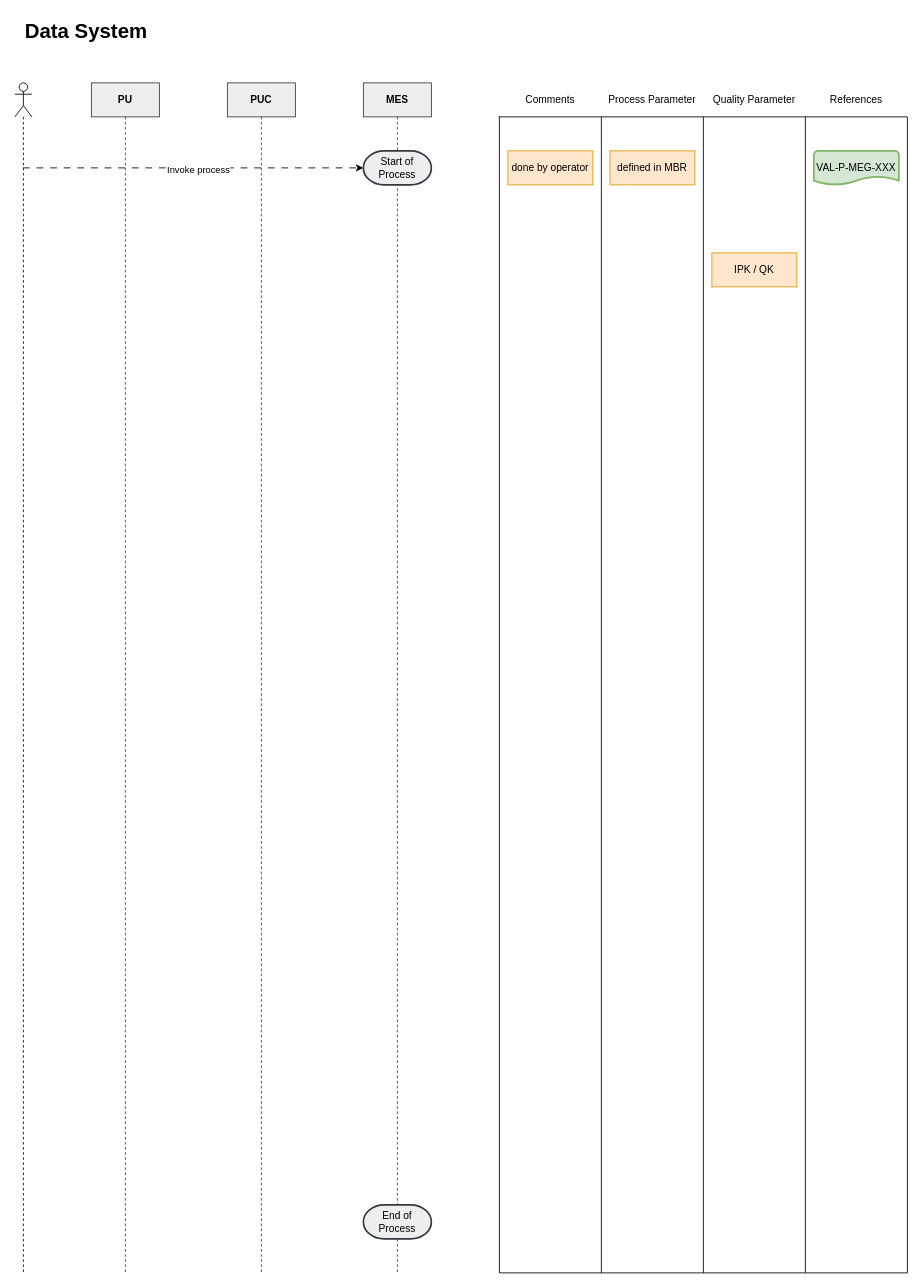
The draw.io diagram page "Data System" (2 of 2) of models/Data Lifecycle Process Map Template.drawio in griemide/BPMN, before the edit. Source tidied: cells renumbered, new cells numbered last; positions are measured from the earlier drawing's top-left corner, leaving out a move shared by most shapes. Both pictures are drawn from the tidied source at 85%, with x=0, y=0 at pixel (14, 14).
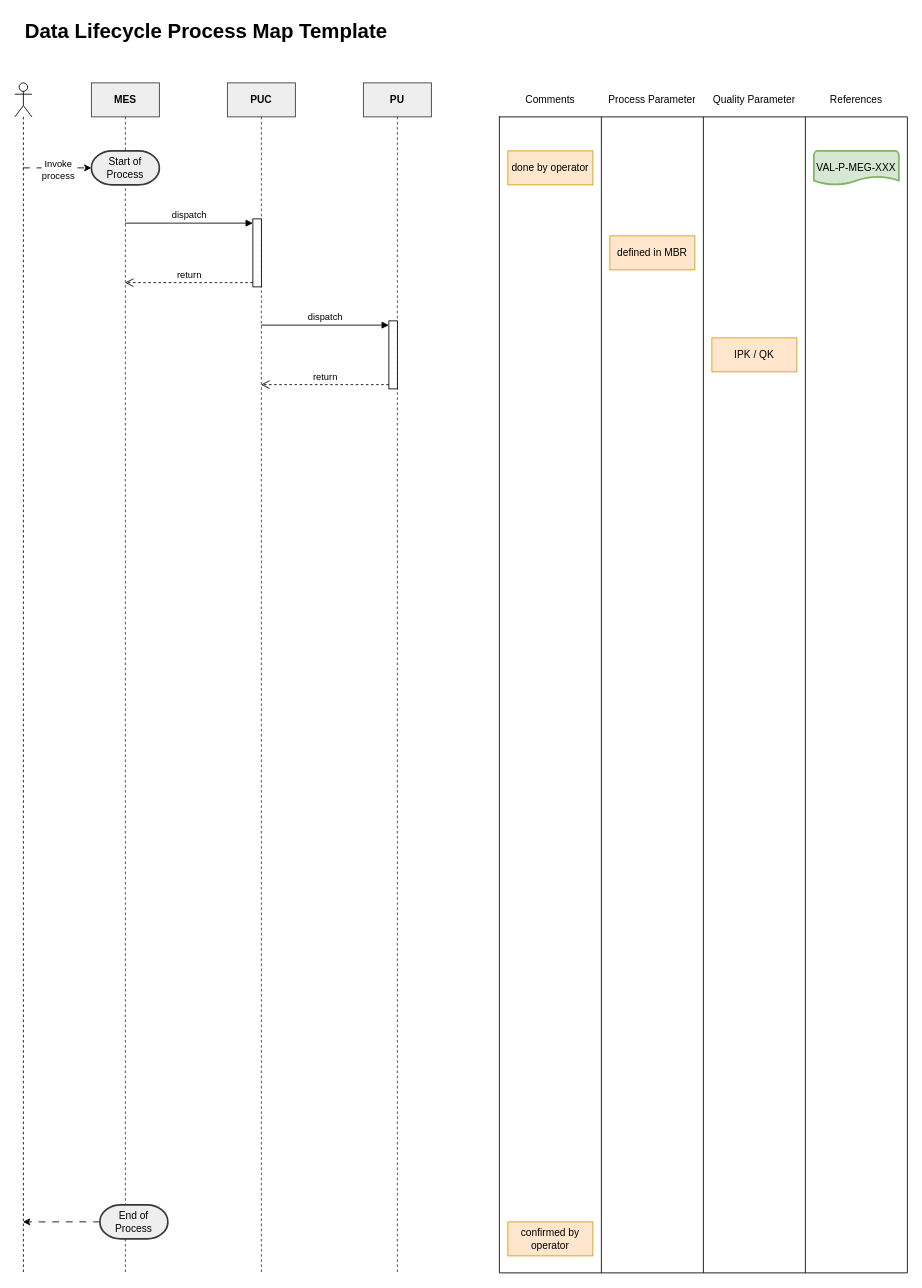
After the change.

Unchanged cells that the change refers to:
```xml
<mxCell id="3" value="PUC" style="shape=umlLifeline;perimeter=lifelinePerimeter;whiteSpace=wrap;html=1;outlineConnect=0;portConstraint=eastwest;newEdgeStyle={&quot;curved&quot;:0,&quot;rounded&quot;:0};fillColor=#eeeeee;strokeColor=#36393d;fontStyle=1;" parent="1" vertex="1">
  <mxGeometry x="250" y="80" width="80" height="1400" as="geometry" />
</mxCell>
<mxCell id="16" style="edgeStyle=orthogonalEdgeStyle;rounded=0;jettySize=auto;html=1;entryX=0;entryY=0.5;entryDx=0;entryDy=0;entryPerimeter=0;dashed=1;dashPattern=8 8;" parent="1" edge="1" source="24" target="18">
  <mxGeometry relative="1" as="geometry">
    <Array as="points">
      <mxPoint x="20" y="180" />
      <mxPoint x="20" y="180" />
    </Array>
  </mxGeometry>
</mxCell>
<mxCell id="24" style="shape=umlLifeline;perimeter=lifelinePerimeter;whiteSpace=wrap;html=1;outlineConnect=0;portConstraint=eastwest;newEdgeStyle={&quot;curved&quot;:0,&quot;rounded&quot;:0};participant=umlActor;" parent="1" vertex="1">
  <mxGeometry y="80" width="20" height="1400" as="geometry" />
</mxCell>
```

What changed in the source:
```diff
@@
-    <mxCell id="2" value="PU" style="shape=umlLifeline;perimeter=lifelinePerimeter;whiteSpace=wrap;html=1;outlineConnect=0;portConstraint=eastwest;newEdgeStyle={&quot;curved&quot;:0,&quot;rounded&quot;:0};fillColor=#eeeeee;strokeColor=#36393d;fontStyle=1;" parent="1" vertex="1">
+    <mxCell id="2" value="MES" style="shape=umlLifeline;perimeter=lifelinePerimeter;whiteSpace=wrap;html=1;outlineConnect=0;portConstraint=eastwest;newEdgeStyle={&quot;curved&quot;:0,&quot;rounded&quot;:0};fillColor=#eeeeee;strokeColor=#36393d;fontStyle=1;" parent="1" vertex="1">
       <mxGeometry x="90" y="80" width="80" height="1400" as="geometry" />
     </mxCell>
@@
+    <mxCell id="25" style="html=1;points=[[0,0,0,0,5],[0,1,0,0,-5],[1,0,0,0,5],[1,1,0,0,-5]];perimeter=orthogonalPerimeter;outlineConnect=0;targetShapes=umlLifeline;portConstraint=eastwest;newEdgeStyle={&quot;curved&quot;:0,&quot;rounded&quot;:0};" parent="3" vertex="1">
+      <mxGeometry x="30" y="160" width="10" height="80" as="geometry" />
+    </mxCell>
-    <mxCell id="4" value="MES" style="shape=umlLifeline;perimeter=lifelinePerimeter;whiteSpace=wrap;html=1;newEdgeStyle={&quot;curved&quot;:0,&quot;rounded&quot;:0};fillColor=#eeeeee;strokeColor=#36393d;fontStyle=1;" parent="1" vertex="1">
+    <mxCell id="4" value="PU" style="shape=umlLifeline;perimeter=lifelinePerimeter;whiteSpace=wrap;html=1;newEdgeStyle={&quot;curved&quot;:0,&quot;rounded&quot;:0};fillColor=#eeeeee;strokeColor=#36393d;fontStyle=1;" parent="1" vertex="1">
       <mxGeometry x="410" y="80" width="80" height="1400" as="geometry" />
     </mxCell>
+    <mxCell id="26" style="html=1;points=[[0,0,0,0,5],[0,1,0,0,-5],[1,0,0,0,5],[1,1,0,0,-5]];perimeter=orthogonalPerimeter;outlineConnect=0;targetShapes=umlLifeline;portConstraint=eastwest;newEdgeStyle={&quot;curved&quot;:0,&quot;rounded&quot;:0};" parent="4" vertex="1">
+      <mxGeometry x="30" y="280" width="10" height="80" as="geometry" />
+    </mxCell>
@@
-    <mxCell id="11" value="Data System" style="text;strokeColor=none;fillColor=none;html=1;fontSize=24;fontStyle=1;verticalAlign=middle;align=left;" parent="1" vertex="1">
-      <mxGeometry x="10" width="200" height="40" as="geometry" />
+    <mxCell id="11" value="Data Lifecycle Process Map Template" style="text;strokeColor=none;fillColor=none;html=1;fontSize=24;fontStyle=1;verticalAlign=middle;align=left;" parent="1" vertex="1">
+      <mxGeometry x="10" width="560" height="40" as="geometry" />
     </mxCell>
@@
-    <mxCell id="17" value="Invoke process" style="edgeLabel;html=1;align=center;verticalAlign=middle;" parent="16" vertex="1">
+    <mxCell id="17" value="Invoke &lt;br&gt;process" style="edgeLabel;html=1;align=center;verticalAlign=middle;" parent="16" vertex="1">
       <mxGeometry x="0.03" y="-1" relative="1" as="geometry" />
     </mxCell>
     <mxCell id="18" value="Start of&lt;br&gt;Process" style="strokeWidth=2;html=1;shape=mxgraph.flowchart.terminator;whiteSpace=wrap;fillColor=#eeeeee;strokeColor=#36393d;" parent="1" vertex="1">
-      <mxGeometry x="410" y="160" width="80" height="40" as="geometry" />
+      <mxGeometry x="90" y="160" width="80" height="40" as="geometry" />
     </mxCell>
@@
+    <mxCell id="27" style="edgeStyle=orthogonalEdgeStyle;rounded=0;jettySize=auto;html=1;dashed=1;dashPattern=8 8;" parent="1" edge="1" source="20" target="24">
+      <mxGeometry relative="1" as="geometry">
+        <Array as="points">
+          <mxPoint x="30" y="1420" />
+          <mxPoint x="30" y="1420" />
+        </Array>
+      </mxGeometry>
+    </mxCell>
     <mxCell id="20" value="End of&lt;br&gt;Process" style="strokeWidth=2;html=1;shape=mxgraph.flowchart.terminator;whiteSpace=wrap;fillColor=#eeeeee;strokeColor=#36393d;" parent="1" vertex="1">
-      <mxGeometry x="410" y="1400" width="80" height="40" as="geometry" />
+      <mxGeometry x="100" y="1400" width="80" height="40" as="geometry" />
     </mxCell>
@@
     <mxCell id="22" value="defined in MBR" style="rounded=0;whiteSpace=wrap;html=1;fillColor=#ffe6cc;strokeColor=#d79b00;" parent="1" vertex="1">
-      <mxGeometry x="700" y="160" width="100" height="40" as="geometry" />
+      <mxGeometry x="700" y="260" width="100" height="40" as="geometry" />
     </mxCell>
     <mxCell id="23" value="IPK / QK" style="rounded=0;whiteSpace=wrap;html=1;fillColor=#ffe6cc;strokeColor=#d79b00;" parent="1" vertex="1">
-      <mxGeometry x="820" y="280" width="100" height="40" as="geometry" />
+      <mxGeometry x="820" y="380" width="100" height="40" as="geometry" />
     </mxCell>
@@
+    <mxCell id="28" value="dispatch" style="html=1;verticalAlign=bottom;endArrow=block;curved=0;rounded=0;entryX=0;entryY=0;entryDx=0;entryDy=5;" parent="1" edge="1" source="2" target="25">
+      <mxGeometry relative="1" as="geometry" />
+    </mxCell>
+    <mxCell id="29" value="return" style="html=1;verticalAlign=bottom;endArrow=open;dashed=1;endSize=8;curved=0;rounded=0;exitX=0;exitY=1;exitDx=0;exitDy=-5;" parent="1" edge="1" source="25" target="2">
+      <mxGeometry relative="1" as="geometry" />
+    </mxCell>
+    <mxCell id="30" value="dispatch" style="html=1;verticalAlign=bottom;endArrow=block;curved=0;rounded=0;entryX=0;entryY=0;entryDx=0;entryDy=5;" parent="1" edge="1" source="3" target="26">
+      <mxGeometry relative="1" as="geometry" />
+    </mxCell>
+    <mxCell id="31" value="return" style="html=1;verticalAlign=bottom;endArrow=open;dashed=1;endSize=8;curved=0;rounded=0;exitX=0;exitY=1;exitDx=0;exitDy=-5;" parent="1" edge="1" source="26" target="3">
+      <mxGeometry relative="1" as="geometry" />
+    </mxCell>
+    <mxCell id="32" value="confirmed by operator" style="rounded=0;whiteSpace=wrap;html=1;fillColor=#ffe6cc;strokeColor=#d79b00;" parent="1" vertex="1">
+      <mxGeometry x="580" y="1420" width="100" height="40" as="geometry" />
+    </mxCell>
```
